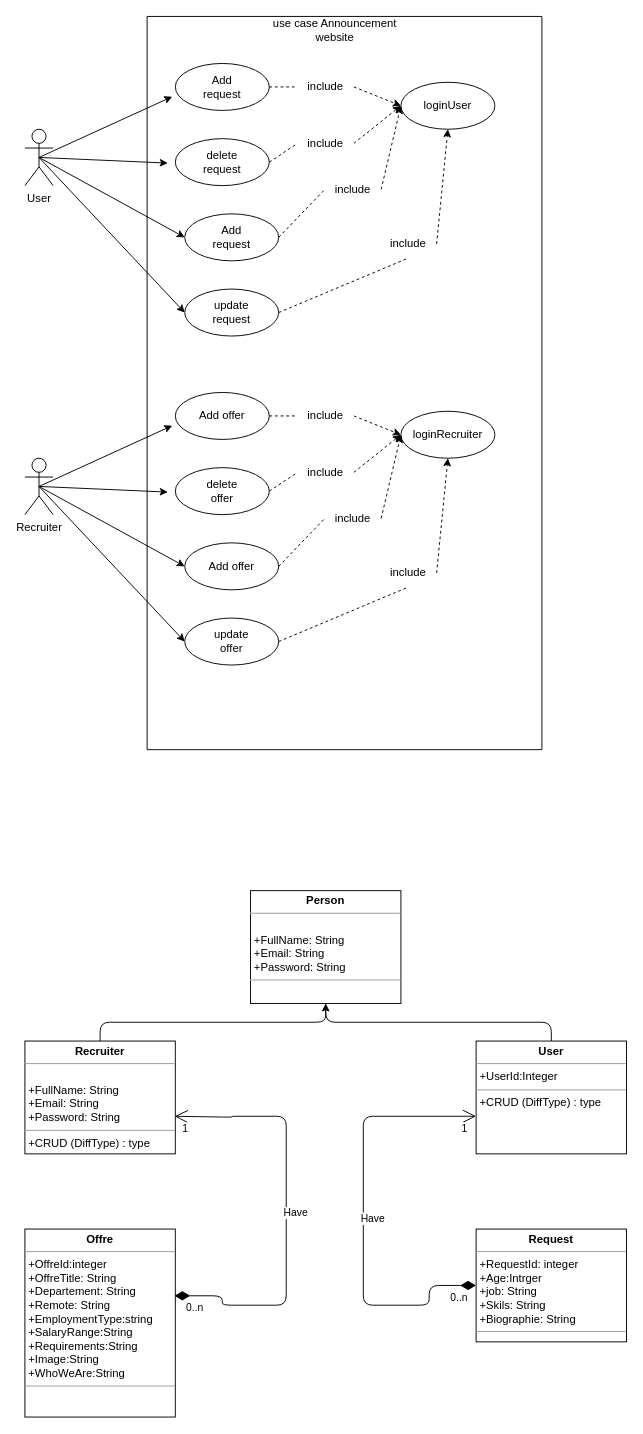
Elkafhi-Youssef/Announcement_website keeps this draw.io diagram as diagram.drawio. Above is the earlier version. Source tidied: cells renumbered, new cells numbered last; positions are measured from the earlier drawing's top-left corner, leaving out a move shared by most shapes. Both pictures are drawn from the tidied source at 94%, with x=0, y=0 at pixel (24, 16).
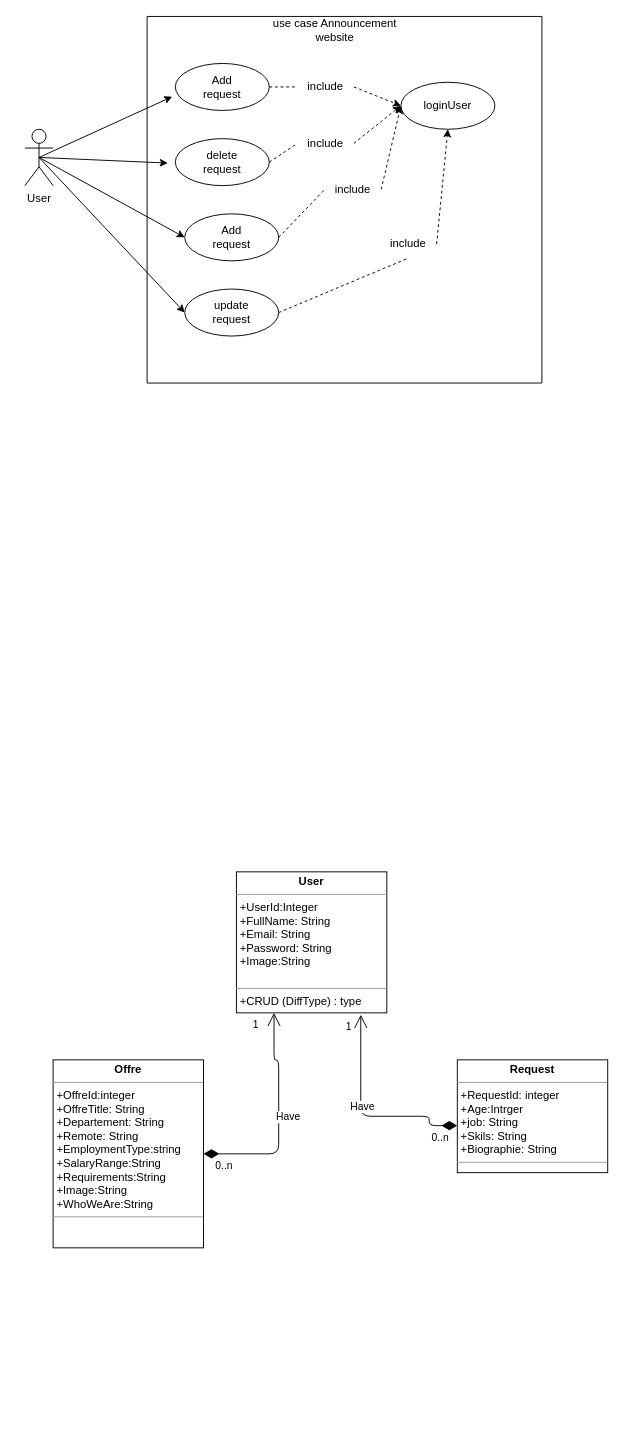
After the change.

Change to the diagram source:
```diff
@@
     <mxCell id="2" style="swimlane;startSize=0;" parent="1" vertex="1">
-      <mxGeometry x="130" width="420" height="780" as="geometry" />
+      <mxGeometry x="130" width="420" height="390" as="geometry" />
     </mxCell>
@@
-    <mxCell id="26" style="ellipse;whiteSpace=wrap;html=1;" parent="2" vertex="1">
-      <mxGeometry x="30" y="400" width="100" height="50" as="geometry" />
-    </mxCell>
-    <mxCell id="27" value="Add offer" style="text;html=1;strokeColor=none;fillColor=none;align=center;verticalAlign=middle;whiteSpace=wrap;rounded=0;" parent="2" vertex="1">
-      <mxGeometry x="50" y="410" width="60" height="30" as="geometry" />
-    </mxCell>
-    <mxCell id="28" style="ellipse;whiteSpace=wrap;html=1;" parent="2" vertex="1">
-      <mxGeometry x="30" y="480" width="100" height="50" as="geometry" />
-    </mxCell>
-    <mxCell id="29" value="delete offer" style="text;html=1;strokeColor=none;fillColor=none;align=center;verticalAlign=middle;whiteSpace=wrap;rounded=0;" parent="2" vertex="1">
-      <mxGeometry x="50" y="490" width="60" height="30" as="geometry" />
-    </mxCell>
-    <mxCell id="30" style="ellipse;whiteSpace=wrap;html=1;" parent="2" vertex="1">
-      <mxGeometry x="40" y="560" width="100" height="50" as="geometry" />
-    </mxCell>
-    <mxCell id="31" value="Add offer" style="text;html=1;strokeColor=none;fillColor=none;align=center;verticalAlign=middle;whiteSpace=wrap;rounded=0;" parent="2" vertex="1">
-      <mxGeometry x="60" y="570" width="60" height="30" as="geometry" />
-    </mxCell>
-    <mxCell id="32" style="ellipse;whiteSpace=wrap;html=1;" parent="2" vertex="1">
-      <mxGeometry x="270" y="420" width="100" height="50" as="geometry" />
-    </mxCell>
-    <mxCell id="33" value="loginRecruiter" style="text;html=1;strokeColor=none;fillColor=none;align=center;verticalAlign=middle;whiteSpace=wrap;rounded=0;" parent="2" vertex="1">
-      <mxGeometry x="290" y="430" width="60" height="30" as="geometry" />
-    </mxCell>
-    <mxCell id="34" style="edgeStyle=none;html=1;exitX=1;exitY=0.5;exitDx=0;exitDy=0;entryX=0.5;entryY=1;entryDx=0;entryDy=0;dashed=1;startArrow=none;" parent="2" edge="1" source="45" target="32">
-      <mxGeometry relative="1" as="geometry" />
-    </mxCell>
-    <mxCell id="35" style="ellipse;whiteSpace=wrap;html=1;" parent="2" vertex="1">
-      <mxGeometry x="40" y="640" width="100" height="50" as="geometry" />
-    </mxCell>
-    <mxCell id="36" value="update offer" style="text;html=1;strokeColor=none;fillColor=none;align=center;verticalAlign=middle;whiteSpace=wrap;rounded=0;" parent="2" vertex="1">
-      <mxGeometry x="60" y="650" width="60" height="30" as="geometry" />
-    </mxCell>
-    <mxCell id="37" value="include" style="text;html=1;strokeColor=none;fillColor=none;align=center;verticalAlign=middle;whiteSpace=wrap;rounded=0;" parent="2" vertex="1">
-      <mxGeometry x="160" y="410" width="60" height="30" as="geometry" />
-    </mxCell>
-    <mxCell id="38" style="edgeStyle=none;html=1;exitX=1;exitY=0.5;exitDx=0;exitDy=0;entryX=0;entryY=0.5;entryDx=0;entryDy=0;dashed=1;startArrow=none;" parent="2" edge="1" source="37" target="32">
-      <mxGeometry relative="1" as="geometry" />
-    </mxCell>
-    <mxCell id="39" style="edgeStyle=none;html=1;exitX=1;exitY=0.5;exitDx=0;exitDy=0;entryX=0;entryY=0.5;entryDx=0;entryDy=0;dashed=1;endArrow=none;" parent="2" edge="1" source="26" target="37">
-      <mxGeometry relative="1" as="geometry" />
-    </mxCell>
-    <mxCell id="40" value="include" style="text;html=1;strokeColor=none;fillColor=none;align=center;verticalAlign=middle;whiteSpace=wrap;rounded=0;" parent="2" vertex="1">
-      <mxGeometry x="160" y="470" width="60" height="30" as="geometry" />
-    </mxCell>
-    <mxCell id="41" style="edgeStyle=none;html=1;exitX=1;exitY=0.5;exitDx=0;exitDy=0;entryX=0;entryY=0.5;entryDx=0;entryDy=0;dashed=1;startArrow=none;" parent="2" edge="1" source="40" target="32">
-      <mxGeometry relative="1" as="geometry" />
-    </mxCell>
-    <mxCell id="42" style="edgeStyle=none;html=1;exitX=1;exitY=0.5;exitDx=0;exitDy=0;entryX=0;entryY=0.5;entryDx=0;entryDy=0;dashed=1;endArrow=none;" parent="2" edge="1" source="28" target="40">
-      <mxGeometry relative="1" as="geometry" />
-    </mxCell>
-    <mxCell id="43" value="include" style="text;html=1;strokeColor=none;fillColor=none;align=center;verticalAlign=middle;whiteSpace=wrap;rounded=0;" parent="2" vertex="1">
-      <mxGeometry x="189" y="519" width="60" height="30" as="geometry" />
-    </mxCell>
-    <mxCell id="44" style="edgeStyle=none;html=1;exitX=1;exitY=0.5;exitDx=0;exitDy=0;entryX=0;entryY=0.5;entryDx=0;entryDy=0;dashed=1;endArrow=none;" parent="2" edge="1" source="30" target="43">
-      <mxGeometry relative="1" as="geometry" />
-    </mxCell>
-    <mxCell id="45" value="include" style="text;html=1;strokeColor=none;fillColor=none;align=center;verticalAlign=middle;whiteSpace=wrap;rounded=0;" parent="2" vertex="1">
-      <mxGeometry x="248" y="577" width="60" height="30" as="geometry" />
-    </mxCell>
-    <mxCell id="46" style="edgeStyle=none;html=1;exitX=1;exitY=0.5;exitDx=0;exitDy=0;entryX=0.5;entryY=1;entryDx=0;entryDy=0;dashed=1;endArrow=none;" parent="2" edge="1" source="35" target="45">
-      <mxGeometry relative="1" as="geometry" />
-    </mxCell>
-    <mxCell id="47" style="edgeStyle=none;html=1;exitX=0.5;exitY=0.5;exitDx=0;exitDy=0;exitPerimeter=0;entryX=-0.033;entryY=0.707;entryDx=0;entryDy=0;entryPerimeter=0;" parent="2" edge="1" source="51" target="26">
-      <mxGeometry relative="1" as="geometry" />
-    </mxCell>
-    <mxCell id="48" style="edgeStyle=none;html=1;exitX=0.5;exitY=0.5;exitDx=0;exitDy=0;exitPerimeter=0;entryX=-0.08;entryY=0.52;entryDx=0;entryDy=0;entryPerimeter=0;" parent="2" edge="1" source="51" target="28">
-      <mxGeometry relative="1" as="geometry" />
-    </mxCell>
-    <mxCell id="49" style="edgeStyle=none;html=1;exitX=0.5;exitY=0.5;exitDx=0;exitDy=0;exitPerimeter=0;entryX=0;entryY=0.5;entryDx=0;entryDy=0;" parent="2" edge="1" source="51" target="30">
-      <mxGeometry relative="1" as="geometry" />
-    </mxCell>
-    <mxCell id="50" style="edgeStyle=none;html=1;exitX=0.5;exitY=0.5;exitDx=0;exitDy=0;exitPerimeter=0;entryX=0;entryY=0.5;entryDx=0;entryDy=0;" parent="2" edge="1" source="51" target="35">
-      <mxGeometry relative="1" as="geometry" />
-    </mxCell>
-    <mxCell id="51" value="Recruiter" style="shape=umlActor;verticalLabelPosition=bottom;verticalAlign=top;html=1;outlineConnect=0;" parent="2" vertex="1">
-      <mxGeometry x="-130" y="470" width="30" height="60" as="geometry" />
-    </mxCell>
-    <mxCell id="52" style="edgeStyle=none;html=1;exitX=1;exitY=0.5;exitDx=0;exitDy=0;entryX=0;entryY=0.5;entryDx=0;entryDy=0;dashed=1;startArrow=none;" parent="2" edge="1" source="43" target="32">
-      <mxGeometry relative="1" as="geometry" />
-    </mxCell>
@@
-    <mxCell id="58" value="&lt;p style=&quot;margin: 0px ; margin-top: 4px ; text-align: center&quot;&gt;&lt;b&gt;Person&lt;/b&gt;&lt;/p&gt;&lt;hr size=&quot;1&quot;&gt;&lt;p style=&quot;margin: 0px ; margin-left: 4px&quot;&gt;&lt;br&gt;&lt;/p&gt;&lt;p style=&quot;margin: 0px ; margin-left: 4px&quot;&gt;+FullName: String&lt;/p&gt;&lt;p style=&quot;margin: 0px ; margin-left: 4px&quot;&gt;+Email: String&lt;/p&gt;&lt;p style=&quot;margin: 0px ; margin-left: 4px&quot;&gt;+Password: String&lt;/p&gt;&lt;hr size=&quot;1&quot;&gt;&lt;p style=&quot;margin: 0px ; margin-left: 4px&quot;&gt;&lt;br&gt;&lt;/p&gt;" style="verticalAlign=top;align=left;overflow=fill;fontSize=12;fontFamily=Helvetica;html=1;" parent="1" vertex="1">
-      <mxGeometry x="240" y="930" width="160" height="120" as="geometry" />
-    </mxCell>
-    <mxCell id="59" style="edgeStyle=none;html=1;exitX=0.5;exitY=0;exitDx=0;exitDy=0;entryX=0.5;entryY=1;entryDx=0;entryDy=0;endArrow=classic;endFill=1;" parent="1" edge="1">
-      <mxGeometry relative="1" as="geometry">
-        <mxPoint x="80" y="1090" as="sourcePoint" />
-        <mxPoint x="320" y="1050" as="targetPoint" />
-        <Array as="points">
-          <mxPoint x="80" y="1070" />
-          <mxPoint x="320" y="1070" />
-        </Array>
-      </mxGeometry>
-    </mxCell>
-    <mxCell id="60" value="&lt;p style=&quot;margin: 0px ; margin-top: 4px ; text-align: center&quot;&gt;&lt;b&gt;Recruiter&lt;/b&gt;&lt;/p&gt;&lt;hr size=&quot;1&quot;&gt;&lt;p style=&quot;margin: 0px ; margin-left: 4px&quot;&gt;&lt;br&gt;&lt;/p&gt;&lt;p style=&quot;margin: 0px ; margin-left: 4px&quot;&gt;+FullName: String&lt;/p&gt;&lt;p style=&quot;margin: 0px ; margin-left: 4px&quot;&gt;+Email: String&lt;/p&gt;&lt;p style=&quot;margin: 0px ; margin-left: 4px&quot;&gt;+Password: String&lt;/p&gt;&lt;hr size=&quot;1&quot;&gt;&lt;p style=&quot;margin: 0px ; margin-left: 4px&quot;&gt;+CRUD (DiffType) : type&lt;br&gt;&lt;/p&gt;" style="verticalAlign=top;align=left;overflow=fill;fontSize=12;fontFamily=Helvetica;html=1;" parent="1" vertex="1">
-      <mxGeometry y="1090" width="160" height="120" as="geometry" />
-    </mxCell>
-    <mxCell id="61" style="edgeStyle=none;html=1;exitX=0.5;exitY=0;exitDx=0;exitDy=0;entryX=0.5;entryY=1;entryDx=0;entryDy=0;endArrow=none;endFill=0;" parent="1" edge="1" source="62" target="58">
-      <mxGeometry relative="1" as="geometry">
-        <Array as="points">
-          <mxPoint x="560" y="1070" />
-          <mxPoint x="320" y="1070" />
-        </Array>
-      </mxGeometry>
-    </mxCell>
-    <mxCell id="62" value="&lt;p style=&quot;margin: 0px ; margin-top: 4px ; text-align: center&quot;&gt;&lt;b&gt;User&lt;/b&gt;&lt;/p&gt;&lt;hr size=&quot;1&quot;&gt;&lt;p style=&quot;margin: 0px ; margin-left: 4px&quot;&gt;+UserId:Integer&lt;/p&gt;&lt;hr size=&quot;1&quot;&gt;&lt;p style=&quot;margin: 0px ; margin-left: 4px&quot;&gt;+CRUD (DiffType) : type&lt;/p&gt;" style="verticalAlign=top;align=left;overflow=fill;fontSize=12;fontFamily=Helvetica;html=1;" parent="1" vertex="1">
-      <mxGeometry x="480" y="1090" width="160" height="120" as="geometry" />
+    <mxCell id="62" value="&lt;p style=&quot;margin: 0px ; margin-top: 4px ; text-align: center&quot;&gt;&lt;b&gt;User&lt;/b&gt;&lt;/p&gt;&lt;hr size=&quot;1&quot;&gt;&lt;p style=&quot;margin: 0px ; margin-left: 4px&quot;&gt;+UserId:Integer&lt;/p&gt;&lt;p style=&quot;margin: 0px 0px 0px 4px&quot;&gt;+FullName: String&lt;/p&gt;&lt;p style=&quot;margin: 0px 0px 0px 4px&quot;&gt;+Email: String&lt;/p&gt;&lt;p style=&quot;margin: 0px 0px 0px 4px&quot;&gt;+Password: String&lt;/p&gt;&lt;p style=&quot;margin: 0px 0px 0px 4px&quot;&gt;+Image:String&lt;/p&gt;&lt;div&gt;&lt;br&gt;&lt;/div&gt;&lt;hr size=&quot;1&quot;&gt;&lt;p style=&quot;margin: 0px ; margin-left: 4px&quot;&gt;+CRUD (DiffType) : type&lt;/p&gt;" style="verticalAlign=top;align=left;overflow=fill;fontSize=12;fontFamily=Helvetica;html=1;" parent="1" vertex="1">
+      <mxGeometry x="225" y="910" width="160" height="150" as="geometry" />
     </mxCell>
     <mxCell id="63" value="&lt;p style=&quot;margin: 0px ; margin-top: 4px ; text-align: center&quot;&gt;&lt;b&gt;Request&lt;/b&gt;&lt;/p&gt;&lt;hr size=&quot;1&quot;&gt;&lt;p style=&quot;margin: 0px ; margin-left: 4px&quot;&gt;+RequestId: integer&lt;/p&gt;&lt;p style=&quot;margin: 0px ; margin-left: 4px&quot;&gt;+Age:Intrger&lt;/p&gt;&lt;p style=&quot;margin: 0px ; margin-left: 4px&quot;&gt;+job: String&lt;/p&gt;&lt;p style=&quot;margin: 0px ; margin-left: 4px&quot;&gt;+Skils: String&lt;/p&gt;&lt;p style=&quot;margin: 0px ; margin-left: 4px&quot;&gt;+Biographie: String&lt;/p&gt;&lt;hr size=&quot;1&quot;&gt;&lt;p style=&quot;margin: 0px ; margin-left: 4px&quot;&gt;&lt;br&gt;&lt;/p&gt;" style="verticalAlign=top;align=left;overflow=fill;fontSize=12;fontFamily=Helvetica;html=1;" parent="1" vertex="1">
-      <mxGeometry x="480" y="1290" width="160" height="120" as="geometry" />
+      <mxGeometry x="460" y="1110" width="160" height="120" as="geometry" />
     </mxCell>
     <mxCell id="64" value="&lt;p style=&quot;margin: 0px ; margin-top: 4px ; text-align: center&quot;&gt;&lt;b&gt;Offre&lt;/b&gt;&lt;/p&gt;&lt;hr size=&quot;1&quot;&gt;&lt;p style=&quot;margin: 0px ; margin-left: 4px&quot;&gt;+OffreId:integer&lt;/p&gt;&lt;p style=&quot;margin: 0px ; margin-left: 4px&quot;&gt;+OffreTitle: String&lt;/p&gt;&lt;p style=&quot;margin: 0px ; margin-left: 4px&quot;&gt;+Departement: String&lt;/p&gt;&lt;p style=&quot;margin: 0px ; margin-left: 4px&quot;&gt;+Remote: String&lt;/p&gt;&lt;p style=&quot;margin: 0px ; margin-left: 4px&quot;&gt;+EmploymentType:string&lt;/p&gt;&lt;p style=&quot;margin: 0px ; margin-left: 4px&quot;&gt;+SalaryRange:String&lt;/p&gt;&lt;p style=&quot;margin: 0px ; margin-left: 4px&quot;&gt;+Requirements:String&lt;/p&gt;&lt;p style=&quot;margin: 0px ; margin-left: 4px&quot;&gt;+Image:String&lt;/p&gt;&lt;p style=&quot;margin: 0px ; margin-left: 4px&quot;&gt;+WhoWeAre:String&lt;/p&gt;&lt;hr size=&quot;1&quot;&gt;&lt;p style=&quot;margin: 0px ; margin-left: 4px&quot;&gt;&lt;br&gt;&lt;/p&gt;" style="verticalAlign=top;align=left;overflow=fill;fontSize=12;fontFamily=Helvetica;html=1;" parent="1" vertex="1">
-      <mxGeometry y="1290" width="160" height="200" as="geometry" />
+      <mxGeometry x="30" y="1110" width="160" height="200" as="geometry" />
     </mxCell>
-    <mxCell id="65" value="Have" style="endArrow=open;html=1;endSize=12;startArrow=diamondThin;startSize=14;startFill=1;edgeStyle=orthogonalEdgeStyle;" parent="1" edge="1">
+    <mxCell id="65" value="Have" style="endArrow=open;html=1;endSize=12;startArrow=diamondThin;startSize=14;startFill=1;edgeStyle=orthogonalEdgeStyle;entryX=0.827;entryY=1.013;entryDx=0;entryDy=0;entryPerimeter=0;" parent="1" edge="1" source="63" target="62">
       <mxGeometry x="0.01" y="-10" relative="1" as="geometry">
-        <mxPoint x="480" y="1350" as="sourcePoint" />
-        <mxPoint x="480" y="1170" as="targetPoint" />
         <Array as="points">
-          <mxPoint x="430" y="1350" />
-          <mxPoint x="430" y="1371" />
-          <mxPoint x="360" y="1371" />
-          <mxPoint x="360" y="1170" />
+          <mxPoint x="430" y="1180" />
+          <mxPoint x="430" y="1170" />
+          <mxPoint x="357" y="1170" />
         </Array>
       </mxGeometry>
     </mxCell>
@@
-    <mxCell id="68" value="Have" style="endArrow=open;html=1;endSize=12;startArrow=diamondThin;startSize=14;startFill=1;edgeStyle=orthogonalEdgeStyle;entryX=0.996;entryY=0.667;entryDx=0;entryDy=0;entryPerimeter=0;" parent="1" edge="1" target="60">
+    <mxCell id="68" value="Have" style="endArrow=open;html=1;endSize=12;startArrow=diamondThin;startSize=14;startFill=1;edgeStyle=orthogonalEdgeStyle;entryX=0.25;entryY=1;entryDx=0;entryDy=0;exitX=1;exitY=0.5;exitDx=0;exitDy=0;" parent="1" edge="1" source="64" target="62">
       <mxGeometry x="0.01" y="-10" relative="1" as="geometry">
-        <mxPoint x="159" y="1361" as="sourcePoint" />
         <Array as="points">
-          <mxPoint x="210" y="1361" />
-          <mxPoint x="210" y="1371" />
-          <mxPoint x="278" y="1371" />
-          <mxPoint x="278" y="1170" />
-          <mxPoint x="220" y="1170" />
-          <mxPoint x="220" y="1171" />
+          <mxPoint x="270" y="1210" />
+          <mxPoint x="270" y="1110" />
+          <mxPoint x="265" y="1110" />
         </Array>
       </mxGeometry>
     </mxCell>
@@
     <mxCell id="70" value="1" style="edgeLabel;html=1;align=right;verticalAlign=top;" parent="68" vertex="1">
       <mxGeometry x="1" relative="1" as="geometry">
-        <mxPoint x="15" as="offset" />
+        <mxPoint x="-16" as="offset" />
       </mxGeometry>
     </mxCell>
```
